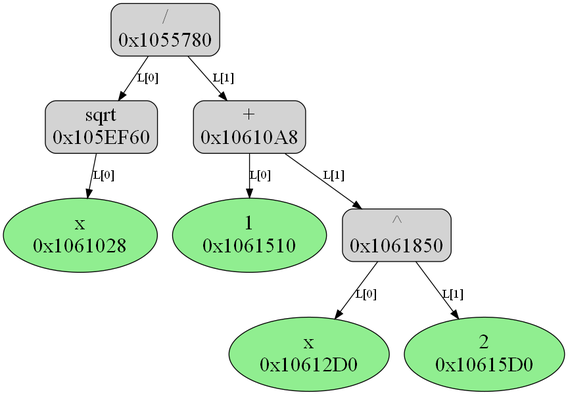
The Graphviz diagram Differentiator/originalTree.png in Nechda/Techno_track, before a commit. Its source is kept beside it as Differentiator/originalTree.dot.
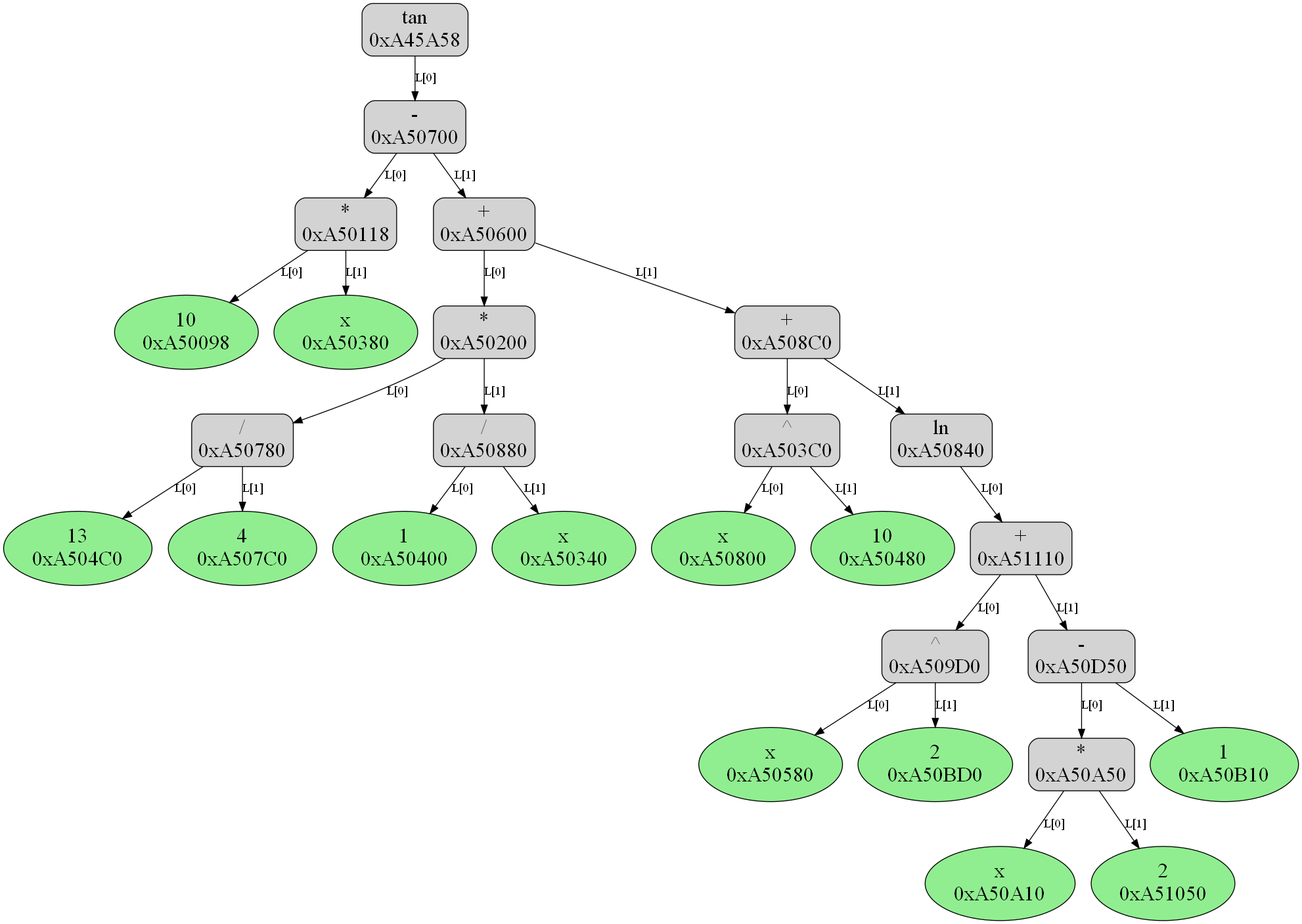
Above is the later version.

What changed in the source:
```diff
@@ -1,41 +1,136 @@
 digraph{
 node [color = "black", fontsize = 24, shape = "box", style = "filled, rounded", fillcolor = "lightgray"]
 edge [color = "black", fontsize = 24]
+"10
+0xA50098" [shape = "ellipse", fillcolor = "lightgreen"]
 "x
-0x1061028" [shape = "ellipse", fillcolor = "lightgreen"]
- "sqrt
-0x105EF60"
- "sqrt
-0x105EF60" ->  "x
-0x1061028" [label = "L[0]", fontsize = 14]
+0xA50380" [shape = "ellipse", fillcolor = "lightgreen"]
+ "*
+0xA50118"
+ "*
+0xA50118" ->  "10
+0xA50098" [label = "L[0]", fontsize = 14]
+ "*
+0xA50118" ->  "x
+0xA50380" [label = "L[1]", fontsize = 14]
+"13
+0xA504C0" [shape = "ellipse", fillcolor = "lightgreen"]
+"4
+0xA507C0" [shape = "ellipse", fillcolor = "lightgreen"]
+ "/
+0xA50780"
+ "/
+0xA50780" ->  "13
+0xA504C0" [label = "L[0]", fontsize = 14]
+ "/
+0xA50780" ->  "4
+0xA507C0" [label = "L[1]", fontsize = 14]
 "1
-0x1061510" [shape = "ellipse", fillcolor = "lightgreen"]
+0xA50400" [shape = "ellipse", fillcolor = "lightgreen"]
 "x
-0x10612D0" [shape = "ellipse", fillcolor = "lightgreen"]
+0xA50340" [shape = "ellipse", fillcolor = "lightgreen"]
+ "/
+0xA50880"
+ "/
+0xA50880" ->  "1
+0xA50400" [label = "L[0]", fontsize = 14]
+ "/
+0xA50880" ->  "x
+0xA50340" [label = "L[1]", fontsize = 14]
+ "*
+0xA50200"
+ "*
+0xA50200" ->  "/
+0xA50780" [label = "L[0]", fontsize = 14]
+ "*
+0xA50200" ->  "/
+0xA50880" [label = "L[1]", fontsize = 14]
+"x
+0xA50800" [shape = "ellipse", fillcolor = "lightgreen"]
+"10
+0xA50480" [shape = "ellipse", fillcolor = "lightgreen"]
+ "^
+0xA503C0"
+ "^
+0xA503C0" ->  "x
+0xA50800" [label = "L[0]", fontsize = 14]
+ "^
+0xA503C0" ->  "10
+0xA50480" [label = "L[1]", fontsize = 14]
+"x
+0xA50580" [shape = "ellipse", fillcolor = "lightgreen"]
 "2
-0x10615D0" [shape = "ellipse", fillcolor = "lightgreen"]
+0xA50BD0" [shape = "ellipse", fillcolor = "lightgreen"]
  "^
-0x1061850"
+0xA509D0"
  "^
-0x1061850" ->  "x
-0x10612D0" [label = "L[0]", fontsize = 14]
+0xA509D0" ->  "x
+0xA50580" [label = "L[0]", fontsize = 14]
  "^
-0x1061850" ->  "2
-0x10615D0" [label = "L[1]", fontsize = 14]
+0xA509D0" ->  "2
+0xA50BD0" [label = "L[1]", fontsize = 14]
+"x
+0xA50A10" [shape = "ellipse", fillcolor = "lightgreen"]
+"2
+0xA51050" [shape = "ellipse", fillcolor = "lightgreen"]
+ "*
+0xA50A50"
+ "*
+0xA50A50" ->  "x
+0xA50A10" [label = "L[0]", fontsize = 14]
+ "*
+0xA50A50" ->  "2
+0xA51050" [label = "L[1]", fontsize = 14]
+"1
+0xA50B10" [shape = "ellipse", fillcolor = "lightgreen"]
+ "-
+0xA50D50"
+ "-
+0xA50D50" ->  "*
+0xA50A50" [label = "L[0]", fontsize = 14]
+ "-
+0xA50D50" ->  "1
+0xA50B10" [label = "L[1]", fontsize = 14]
  "+
-0x10610A8"
+0xA51110"
  "+
-0x10610A8" ->  "1
-0x1061510" [label = "L[0]", fontsize = 14]
+0xA51110" ->  "^
+0xA509D0" [label = "L[0]", fontsize = 14]
  "+
-0x10610A8" ->  "^
-0x1061850" [label = "L[1]", fontsize = 14]
- "/
-0x1055780"
- "/
-0x1055780" ->  "sqrt
-0x105EF60" [label = "L[0]", fontsize = 14]
- "/
-0x1055780" ->  "+
-0x10610A8" [label = "L[1]", fontsize = 14]
+0xA51110" ->  "-
+0xA50D50" [label = "L[1]", fontsize = 14]
+ "ln
+0xA50840"
+ "ln
+0xA50840" ->  "+
+0xA51110" [label = "L[0]", fontsize = 14]
+ "+
+0xA508C0"
+ "+
+0xA508C0" ->  "^
+0xA503C0" [label = "L[0]", fontsize = 14]
+ "+
+0xA508C0" ->  "ln
+0xA50840" [label = "L[1]", fontsize = 14]
+ "+
+0xA50600"
+ "+
+0xA50600" ->  "*
+0xA50200" [label = "L[0]", fontsize = 14]
+ "+
+0xA50600" ->  "+
+0xA508C0" [label = "L[1]", fontsize = 14]
+ "-
+0xA50700"
+ "-
+0xA50700" ->  "*
+0xA50118" [label = "L[0]", fontsize = 14]
+ "-
+0xA50700" ->  "+
+0xA50600" [label = "L[1]", fontsize = 14]
+ "tan
+0xA45A58"
+ "tan
+0xA45A58" ->  "-
+0xA50700" [label = "L[0]", fontsize = 14]
 }
```
